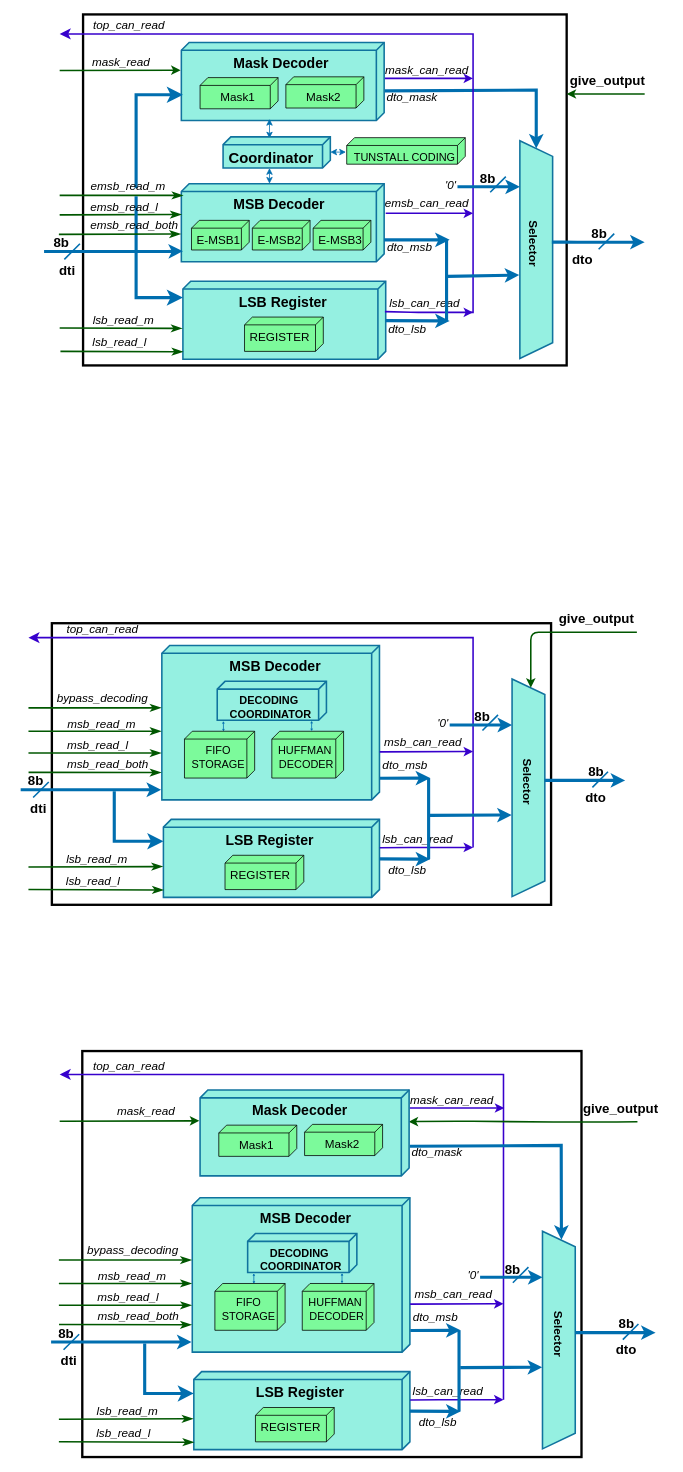
Nithyarajoman/Drawio-figures keeps this draw.io diagram as decompressor.drawio. Above is the earlier version. Source tidied: cells renumbered, new cells numbered last; positions are measured from the earlier drawing's top-left corner, leaving out a move shared by most shapes. Both pictures are drawn from the tidied source at 78%, with x=0, y=0 at pixel (20, 13).
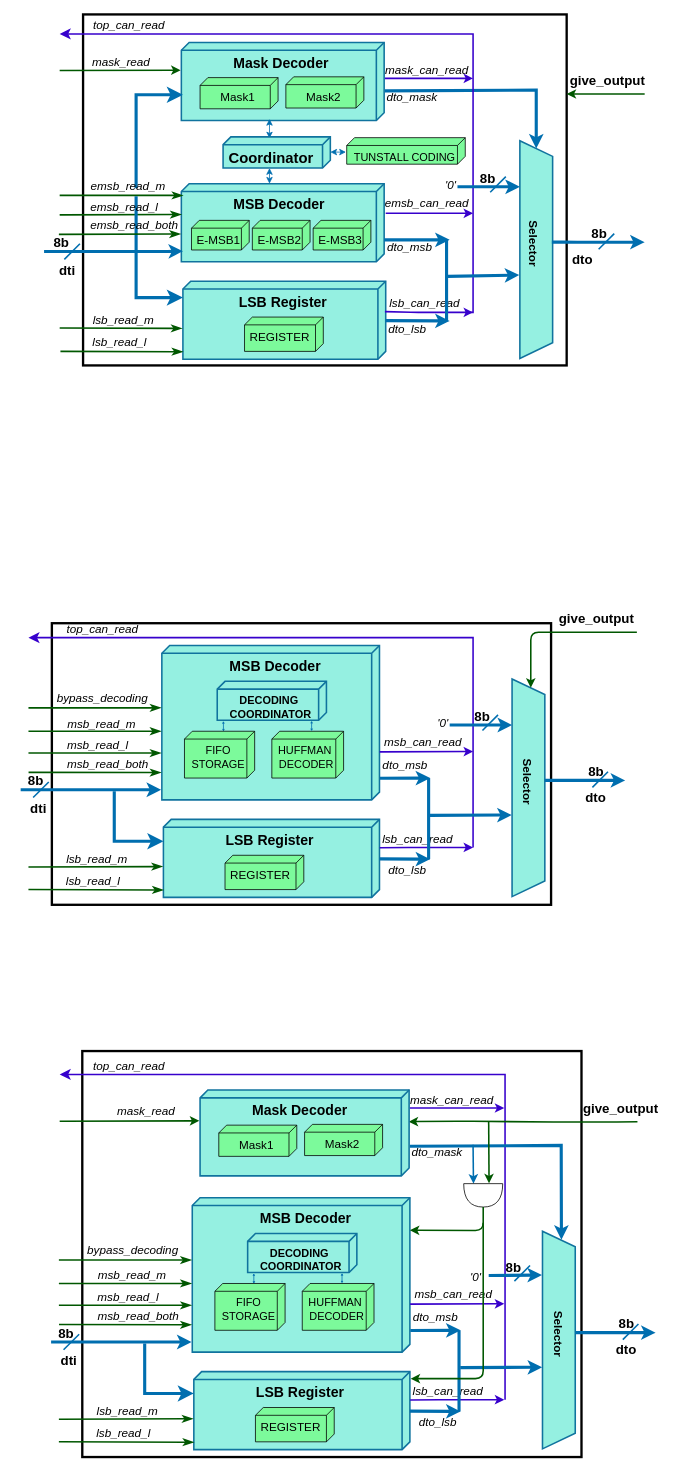
The same diagram, later.

Unchanged cells that the change refers to:
```xml
<mxCell id="115" value="&lt;font size=&quot;1&quot; color=&quot;#000000&quot;&gt;&lt;b style=&quot;font-size: 18px;&quot;&gt;LSB Register&lt;/b&gt;&lt;/font&gt;" style="verticalAlign=top;align=center;shape=cube;size=10;direction=south;fontStyle=0;html=1;boundedLbl=1;spacingLeft=5;rounded=1;fillColor=#95F0E1;strokeColor=#10739e;strokeWidth=2;" parent="1" vertex="1">
  <mxGeometry x="222" y="1741" width="277" height="100" as="geometry" />
</mxCell>
<mxCell id="116" value="&lt;font size=&quot;1&quot; color=&quot;#000000&quot;&gt;&lt;b style=&quot;font-size: 18px;&quot;&gt;&amp;nbsp; &amp;nbsp; &amp;nbsp; &amp;nbsp; &amp;nbsp; &amp;nbsp; &amp;nbsp; &amp;nbsp; MSB Decoder&lt;/b&gt;&lt;/font&gt;" style="verticalAlign=top;align=left;shape=cube;size=10;direction=south;fontStyle=0;html=1;boundedLbl=1;spacingLeft=5;rounded=1;fillColor=#95F0E1;strokeColor=#10739e;strokeWidth=2;" parent="1" vertex="1">
  <mxGeometry x="220" y="1518" width="279" height="198" as="geometry" />
</mxCell>
```

The edit, as a diff of the source:
```diff
@@
     <mxCell id="114" value="&lt;font style=&quot;font-size: 15px;&quot;&gt;&lt;i&gt;'0'&lt;/i&gt;&lt;/font&gt;" style="text;strokeColor=none;align=center;fillColor=none;html=1;verticalAlign=middle;whiteSpace=wrap;rounded=0;fontSize=17;" parent="1" vertex="1">
-      <mxGeometry x="570" y="1603" width="21" height="30" as="geometry" />
+      <mxGeometry x="573" y="1605" width="21" height="30" as="geometry" />
     </mxCell>
@@
     <mxCell id="123" style="edgeStyle=none;html=1;fontColor=#000000;shadow=0;strokeColor=#3700CC;fillColor=#6a00ff;strokeWidth=2;exitX=0.689;exitY=-0.001;exitDx=0;exitDy=0;exitPerimeter=0;" parent="1" edge="1" source="116">
       <mxGeometry relative="1" as="geometry">
-        <mxPoint x="619" y="1654" as="targetPoint" />
+        <mxPoint x="620" y="1654" as="targetPoint" />
       </mxGeometry>
     </mxCell>
     <mxCell id="124" style="edgeStyle=segmentEdgeStyle;endArrow=classic;html=1;curved=0;rounded=0;endSize=8;startSize=8;fontColor=#000000;strokeColor=#3700CC;fillColor=#6a00ff;strokeWidth=2;" parent="1" edge="1">
       <mxGeometry relative="1" as="geometry">
-        <mxPoint x="619" y="1777" as="sourcePoint" />
+        <mxPoint x="621" y="1777" as="sourcePoint" />
         <mxPoint x="50" y="1360" as="targetPoint" />
         <Array as="points">
-          <mxPoint x="619" y="1360" />
+          <mxPoint x="621" y="1360" />
         </Array>
       </mxGeometry>
     </mxCell>
     <mxCell id="125" style="edgeStyle=none;html=1;fontColor=#000000;shadow=0;strokeColor=#3700CC;fillColor=#6a00ff;strokeWidth=2;exitX=0.363;exitY=-0.001;exitDx=0;exitDy=0;exitPerimeter=0;" parent="1" edge="1" source="115">
       <mxGeometry relative="1" as="geometry">
-        <mxPoint x="619" y="1777" as="targetPoint" />
+        <mxPoint x="620" y="1777" as="targetPoint" />
         <Array as="points">
           <mxPoint x="546" y="1777" />
         </Array>
       </mxGeometry>
     </mxCell>
@@
     <mxCell id="135" value="&lt;font style=&quot;font-size: 15px;&quot;&gt;&lt;i&gt;msb_read_m&lt;/i&gt;&lt;/font&gt;" style="text;strokeColor=none;align=center;fillColor=none;html=1;verticalAlign=middle;whiteSpace=wrap;rounded=0;fontSize=17;" parent="1" vertex="1">
-      <mxGeometry x="113" y="1601" width="60" height="35" as="geometry" />
+      <mxGeometry x="113" y="1600" width="60" height="35" as="geometry" />
     </mxCell>
@@
-    <mxCell id="146" style="html=1;fontColor=#000000;shadow=0;strokeColor=#006EAF;strokeWidth=4;" parent="1" edge="1">
+    <mxCell id="146" style="html=1;fontColor=#000000;shadow=0;strokeColor=#006EAF;strokeWidth=4;exitX=0;exitY=0.88;exitDx=0;exitDy=0;exitPerimeter=0;entryX=0.201;entryY=1.016;entryDx=0;entryDy=0;entryPerimeter=0;" parent="1" edge="1">
       <mxGeometry relative="1" as="geometry">
-        <mxPoint x="589" y="1620" as="sourcePoint" />
-        <mxPoint x="669" y="1620" as="targetPoint" />
+        <mxPoint x="600" y="1617.8" as="sourcePoint" />
+        <mxPoint x="668.3" y="1617.2" as="targetPoint" />
       </mxGeometry>
     </mxCell>
     <mxCell id="147" value="&lt;b&gt;&lt;font style=&quot;font-size: 17px;&quot;&gt;8b&lt;/font&gt;&lt;/b&gt;" style="text;strokeColor=none;align=center;fillColor=none;html=1;verticalAlign=middle;whiteSpace=wrap;rounded=0;" parent="1" vertex="1">
-      <mxGeometry x="600" y="1598" width="62" height="25" as="geometry" />
+      <mxGeometry x="602" y="1599" width="60" height="20" as="geometry" />
     </mxCell>
     <mxCell id="148" style="endArrow=none;html=1;strokeColor=#006EAF;strokeWidth=2;" parent="1" edge="1">
       <mxGeometry relative="1" as="geometry">
-        <mxPoint x="631" y="1627" as="sourcePoint" />
-        <mxPoint x="651" y="1607" as="targetPoint" />
+        <mxPoint x="633" y="1625" as="sourcePoint" />
+        <mxPoint x="653" y="1605" as="targetPoint" />
       </mxGeometry>
     </mxCell>
@@
+    <mxCell id="172" style="html=1;fontColor=#000000;shadow=0;strokeColor=#006EAF;strokeWidth=2;horizontal=0;entryX=0;entryY=0.75;entryDx=0;entryDy=0;entryPerimeter=0;" parent="1" edge="1" target="174">
+      <mxGeometry relative="1" as="geometry">
+        <mxPoint x="580" y="1450" as="sourcePoint" />
+      </mxGeometry>
+    </mxCell>
+    <mxCell id="173" style="endArrow=classic;startArrow=none;endFill=1;startFill=0;html=1;verticalAlign=bottom;labelBackgroundColor=none;strokeWidth=2;shadow=0;sketch=0;fontColor=#000000;fillColor=#008a00;strokeColor=#005700;entryX=-0.016;entryY=0.35;entryDx=0;entryDy=0;entryPerimeter=0;" parent="1" edge="1" target="174">
+      <mxGeometry relative="1" as="geometry">
+        <mxPoint x="600" y="1420" as="sourcePoint" />
+      </mxGeometry>
+    </mxCell>
+    <mxCell id="174" style="shape=or;whiteSpace=wrap;html=1;direction=south;" parent="1" vertex="1">
+      <mxGeometry x="568" y="1500" width="50" height="30" as="geometry" />
+    </mxCell>
+    <mxCell id="175" style="endArrow=classic;startArrow=none;endFill=1;startFill=0;html=1;verticalAlign=bottom;labelBackgroundColor=none;strokeWidth=2;shadow=0;sketch=0;fontColor=#000000;fillColor=#008a00;strokeColor=#005700;exitX=1;exitY=0.5;exitDx=0;exitDy=0;exitPerimeter=0;entryX=0.211;entryY=0;entryDx=0;entryDy=0;entryPerimeter=0;" parent="1" edge="1" source="174" target="116">
+      <mxGeometry relative="1" as="geometry">
+        <Array as="points">
+          <mxPoint x="593" y="1560" />
+        </Array>
+      </mxGeometry>
+    </mxCell>
+    <mxCell id="176" style="endArrow=classic;startArrow=none;endFill=1;startFill=0;html=1;verticalAlign=bottom;labelBackgroundColor=none;strokeWidth=2;shadow=0;sketch=0;fontColor=#000000;fillColor=#008a00;strokeColor=#005700;" parent="1" edge="1">
+      <mxGeometry relative="1" as="geometry">
+        <mxPoint x="593" y="1550" as="sourcePoint" />
+        <mxPoint x="500" y="1750" as="targetPoint" />
+        <Array as="points">
+          <mxPoint x="593" y="1750" />
+        </Array>
+      </mxGeometry>
+    </mxCell>
```
